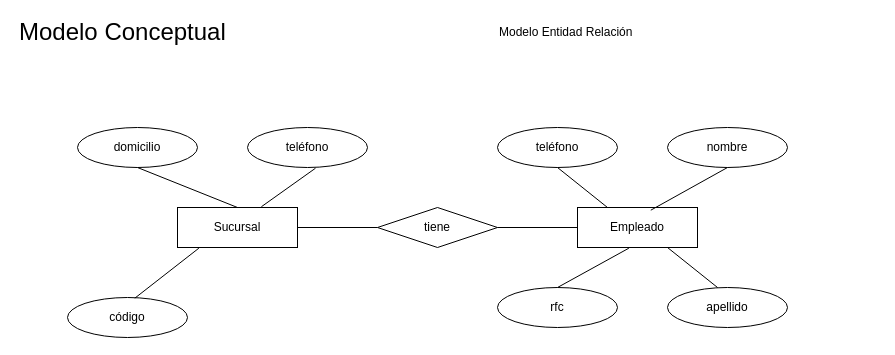
Before: M03DB/S02/Editorial-b.drawio in G-Moll/EDC_ZR_SAB_2025_02_22_13HRS, a draw.io diagram. Source tidied: cells renumbered, new cells numbered last; positions are measured from the earlier drawing's top-left corner, leaving out a move shared by most shapes. Both pictures are drawn from the tidied source at 100%, with x=0, y=0 at pixel (17, 17).
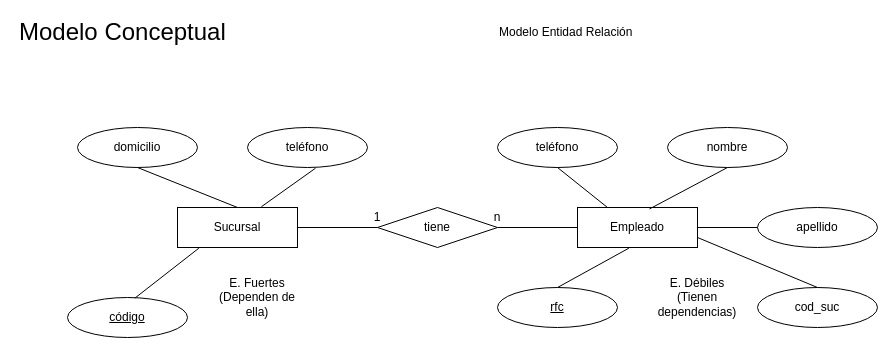
The same page after the edit.

Unchanged cells that the change refers to:
```xml
<mxCell id="10" value="Empleado" style="rounded=0;whiteSpace=wrap;html=1;" parent="1" vertex="1">
  <mxGeometry x="560" y="190" width="120" height="40" as="geometry" />
</mxCell>
<mxCell id="11" value="nombre" style="ellipse;whiteSpace=wrap;html=1;" parent="1" vertex="1">
  <mxGeometry x="650" y="110" width="120" height="40" as="geometry" />
</mxCell>
```

The edit, as a diff of the source:
```diff
@@
-    <mxCell id="6" value="código" style="ellipse;whiteSpace=wrap;html=1;" parent="1" vertex="1">
+    <mxCell id="6" value="&lt;u&gt;código&lt;/u&gt;" style="ellipse;whiteSpace=wrap;html=1;" parent="1" vertex="1">
       <mxGeometry x="50" y="280" width="120" height="40" as="geometry" />
     </mxCell>
@@
     <mxCell id="12" value="apellido" style="ellipse;whiteSpace=wrap;html=1;" parent="1" vertex="1">
-      <mxGeometry x="650" y="270" width="120" height="40" as="geometry" />
+      <mxGeometry x="740" y="190" width="120" height="40" as="geometry" />
     </mxCell>
-    <mxCell id="13" value="rfc" style="ellipse;whiteSpace=wrap;html=1;" parent="1" vertex="1">
+    <mxCell id="13" value="&lt;u&gt;rfc&lt;/u&gt;" style="ellipse;whiteSpace=wrap;html=1;" parent="1" vertex="1">
       <mxGeometry x="480" y="270" width="120" height="40" as="geometry" />
     </mxCell>
@@
-    <mxCell id="16" style="endArrow=none;html=1;rounded=0;entryX=0.5;entryY=1;entryDx=0;entryDy=0;exitX=0.611;exitY=0.067;exitDx=0;exitDy=0;exitPerimeter=0;" parent="1" edge="1" source="10" target="11">
+    <mxCell id="16" style="endArrow=none;html=1;rounded=0;entryX=0.5;entryY=1;entryDx=0;entryDy=0;exitX=0.6;exitY=0.036;exitDx=0;exitDy=0;exitPerimeter=0;" parent="1" edge="1" source="10" target="11">
       <mxGeometry relative="1" as="geometry" />
     </mxCell>
@@
-    <mxCell id="18" style="endArrow=none;html=1;rounded=0;exitX=0.417;exitY=0;exitDx=0;exitDy=0;exitPerimeter=0;entryX=0.75;entryY=1;entryDx=0;entryDy=0;" parent="1" edge="1" source="12" target="10">
+    <mxCell id="18" style="endArrow=none;html=1;rounded=0;exitX=0;exitY=0.5;exitDx=0;exitDy=0;entryX=1;entryY=0.5;entryDx=0;entryDy=0;" parent="1" edge="1" source="12" target="10">
       <mxGeometry relative="1" as="geometry" />
     </mxCell>
@@
+    <mxCell id="23" value="1" style="text;html=1;align=center;verticalAlign=middle;whiteSpace=wrap;rounded=0;" parent="1" vertex="1">
+      <mxGeometry x="350" y="190" width="20" height="20" as="geometry" />
+    </mxCell>
+    <mxCell id="24" value="n" style="text;html=1;align=center;verticalAlign=middle;whiteSpace=wrap;rounded=0;" parent="1" vertex="1">
+      <mxGeometry x="470" y="190" width="20" height="20" as="geometry" />
+    </mxCell>
+    <mxCell id="25" value="cod_suc" style="ellipse;whiteSpace=wrap;html=1;" parent="1" vertex="1">
+      <mxGeometry x="740" y="270" width="120" height="40" as="geometry" />
+    </mxCell>
+    <mxCell id="26" style="endArrow=none;html=1;rounded=0;entryX=1;entryY=0.75;entryDx=0;entryDy=0;exitX=0.5;exitY=0;exitDx=0;exitDy=0;" parent="1" edge="1" source="25" target="10">
+      <mxGeometry relative="1" as="geometry" />
+    </mxCell>
+    <mxCell id="27" value="E. Fuertes (Dependen de ella)" style="text;html=1;align=center;verticalAlign=middle;whiteSpace=wrap;rounded=0;" parent="1" vertex="1">
+      <mxGeometry x="200" y="250" width="80" height="60" as="geometry" />
+    </mxCell>
+    <mxCell id="28" value="E. Débiles (Tienen dependencias)" style="text;html=1;align=center;verticalAlign=middle;whiteSpace=wrap;rounded=0;" parent="1" vertex="1">
+      <mxGeometry x="640" y="250" width="80" height="60" as="geometry" />
+    </mxCell>
```
